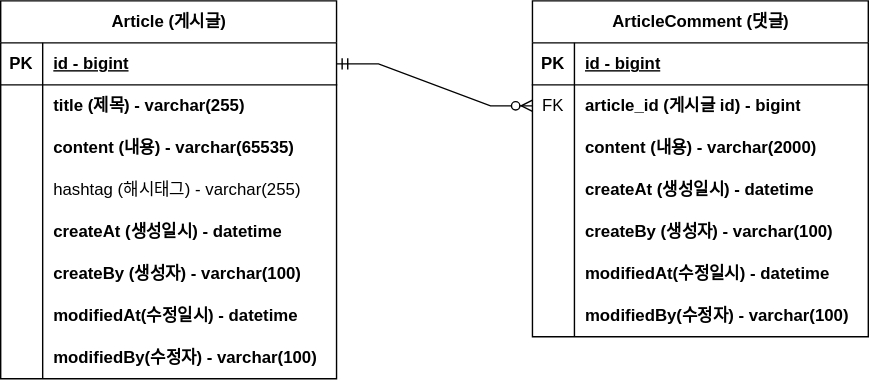
Before: document/board-project-erd.svg, a diagram exported from draw.io (KHyeon9/board-project-study). Source tidied: cells renumbered, new cells last; positions are measured from the earlier drawing's top-left corner, leaving out a move shared by most shapes.
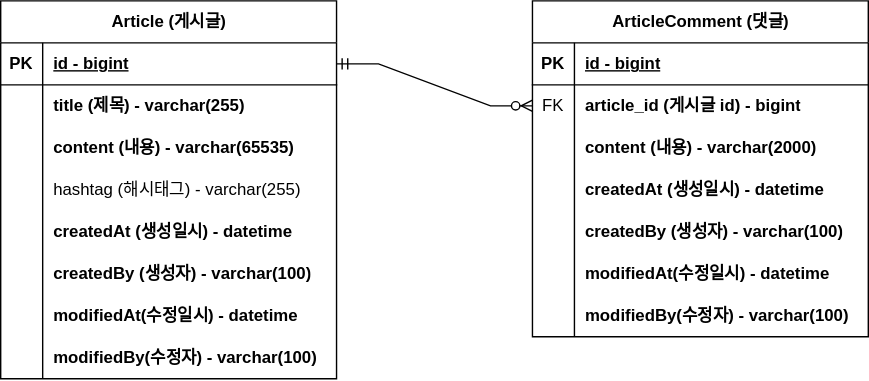
After the commit.

Diff of the diagram source:
```diff
@@ -47,7 +47,7 @@
     <mxCell id="16" style="shape=partialRectangle;fillColor=none;top=0;left=0;bottom=0;right=0;overflow=hidden;whiteSpace=wrap;html=1;" parent="15" vertex="1">
       <mxGeometry width="30" height="30" as="geometry" />
     </mxCell>
-    <mxCell id="17" value="createAt (생성일시) - datetime" style="shape=partialRectangle;fillColor=none;top=0;left=0;bottom=0;right=0;align=left;spacingLeft=6;overflow=hidden;whiteSpace=wrap;html=1;fontStyle=1;" parent="15" vertex="1">
+    <mxCell id="17" value="createdAt (생성일시) - datetime" style="shape=partialRectangle;fillColor=none;top=0;left=0;bottom=0;right=0;align=left;spacingLeft=6;overflow=hidden;whiteSpace=wrap;html=1;fontStyle=1;" parent="15" vertex="1">
       <mxGeometry x="30" width="210" height="30" as="geometry" />
     </mxCell>
     <mxCell id="18" style="shape=tableRow;horizontal=0;startSize=0;swimlaneHead=0;swimlaneBody=0;fillColor=none;top=0;left=0;right=0;bottom=0;" parent="2" vertex="1">
@@ -56,7 +56,7 @@
     <mxCell id="19" style="shape=partialRectangle;fillColor=none;top=0;left=0;bottom=0;right=0;overflow=hidden;whiteSpace=wrap;html=1;" parent="18" vertex="1">
       <mxGeometry width="30" height="30" as="geometry" />
     </mxCell>
-    <mxCell id="20" value="createBy (생성자) - varchar(100)" style="shape=partialRectangle;fillColor=none;top=0;left=0;bottom=0;right=0;align=left;spacingLeft=6;overflow=hidden;whiteSpace=wrap;html=1;fontStyle=1;" parent="18" vertex="1">
+    <mxCell id="20" value="createdBy (생성자) - varchar(100)" style="shape=partialRectangle;fillColor=none;top=0;left=0;bottom=0;right=0;align=left;spacingLeft=6;overflow=hidden;whiteSpace=wrap;html=1;fontStyle=1;" parent="18" vertex="1">
       <mxGeometry x="30" width="210" height="30" as="geometry" />
     </mxCell>
     <mxCell id="21" style="shape=tableRow;horizontal=0;startSize=0;swimlaneHead=0;swimlaneBody=0;fillColor=none;top=0;left=0;right=0;bottom=0;" parent="2" vertex="1">
@@ -113,7 +113,7 @@
     <mxCell id="38" style="shape=partialRectangle;fillColor=none;top=0;left=0;bottom=0;right=0;overflow=hidden;whiteSpace=wrap;html=1;" parent="37" vertex="1">
       <mxGeometry width="30" height="30" as="geometry" />
     </mxCell>
-    <mxCell id="39" value="createAt (생성일시) - datetime" style="shape=partialRectangle;fillColor=none;top=0;left=0;bottom=0;right=0;align=left;spacingLeft=6;overflow=hidden;whiteSpace=wrap;html=1;fontStyle=1;" parent="37" vertex="1">
+    <mxCell id="39" value="createdAt (생성일시) - datetime" style="shape=partialRectangle;fillColor=none;top=0;left=0;bottom=0;right=0;align=left;spacingLeft=6;overflow=hidden;whiteSpace=wrap;html=1;fontStyle=1;" parent="37" vertex="1">
       <mxGeometry x="30" width="210" height="30" as="geometry" />
     </mxCell>
     <mxCell id="40" style="shape=tableRow;horizontal=0;startSize=0;swimlaneHead=0;swimlaneBody=0;fillColor=none;top=0;left=0;right=0;bottom=0;" parent="27" vertex="1">
@@ -122,7 +122,7 @@
     <mxCell id="41" style="shape=partialRectangle;fillColor=none;top=0;left=0;bottom=0;right=0;overflow=hidden;whiteSpace=wrap;html=1;" parent="40" vertex="1">
       <mxGeometry width="30" height="30" as="geometry" />
     </mxCell>
-    <mxCell id="42" value="createBy (생성자) - varchar(100)" style="shape=partialRectangle;fillColor=none;top=0;left=0;bottom=0;right=0;align=left;spacingLeft=6;overflow=hidden;whiteSpace=wrap;html=1;fontStyle=1;" parent="40" vertex="1">
+    <mxCell id="42" value="createdBy (생성자) - varchar(100)" style="shape=partialRectangle;fillColor=none;top=0;left=0;bottom=0;right=0;align=left;spacingLeft=6;overflow=hidden;whiteSpace=wrap;html=1;fontStyle=1;" parent="40" vertex="1">
       <mxGeometry x="30" width="210" height="30" as="geometry" />
     </mxCell>
     <mxCell id="43" style="shape=tableRow;horizontal=0;startSize=0;swimlaneHead=0;swimlaneBody=0;fillColor=none;top=0;left=0;right=0;bottom=0;" parent="27" vertex="1">
```
